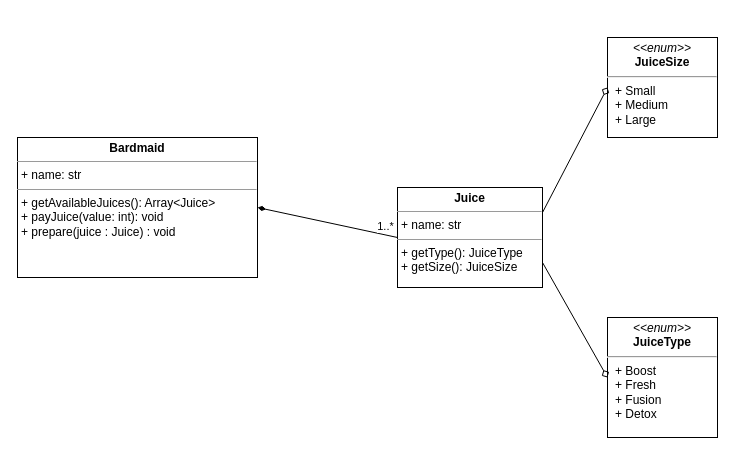
Before: page "class_diagram" (2 of 3) of exam/toto/diagrams.drawio in DKY04/fip-ipn-02-info-1, a draw.io diagram. Source tidied: cells renumbered, new cells numbered last; positions are measured from the earlier drawing's top-left corner, leaving out a move shared by most shapes. Both pictures are drawn from the tidied source at 100%, with x=0, y=0 at pixel (17, 37).
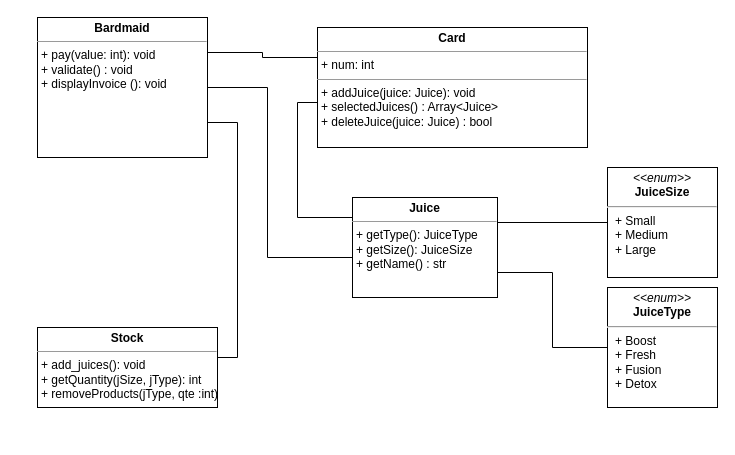
Above is the later version.

The edit, as a diff of the source:
```diff
@@
 <mxGraphModel>
   <root>
     <mxCell id="0" />
     <mxCell id="1" parent="0" />
-    <mxCell id="2" style="edgeStyle=none;rounded=0;jettySize=auto;html=1;exitX=1;exitY=0.5;exitDx=0;exitDy=0;entryX=0;entryY=0.5;entryDx=0;entryDy=0;startArrow=diamondThin;startFill=1;endArrow=none;endFill=0;" parent="1" edge="1" source="4" target="9">
-      <mxGeometry relative="1" as="geometry" />
+    <mxCell id="2" style="edgeStyle=orthogonalEdgeStyle;rounded=0;jettySize=auto;html=1;exitX=1;exitY=0.5;exitDx=0;exitDy=0;entryX=0;entryY=0.5;entryDx=0;entryDy=0;startArrow=none;startFill=0;endArrow=none;endFill=0;" parent="1" edge="1" source="4" target="9">
+      <mxGeometry relative="1" as="geometry">
+        <Array as="points">
+          <mxPoint x="250" y="50" />
+          <mxPoint x="250" y="220" />
+          <mxPoint x="335" y="220" />
+        </Array>
+      </mxGeometry>
     </mxCell>
-    <mxCell id="3" value="&lt;div&gt;1..*&lt;/div&gt;" style="edgeLabel;html=1;align=center;verticalAlign=middle;" parent="2" vertex="1">
-      <mxGeometry x="0.81" relative="1" as="geometry">
-        <mxPoint y="-9" as="offset" />
-      </mxGeometry>
-    </mxCell>
-    <mxCell id="4" value="&lt;p style=&quot;margin:0px;margin-top:4px;text-align:center;&quot;&gt;&lt;b&gt;Bardmaid&lt;/b&gt;&lt;br&gt;&lt;/p&gt;&lt;hr size=&quot;1&quot;&gt;&lt;p style=&quot;margin:0px;margin-left:4px;&quot;&gt;+ name: str&lt;br&gt;&lt;/p&gt;&lt;hr size=&quot;1&quot;&gt;&lt;p style=&quot;margin:0px;margin-left:4px;&quot;&gt;+ getAvailableJuices(): Array&amp;lt;Juice&amp;gt;&lt;br&gt;+ payJuice(value: int): void&lt;br&gt;&lt;/p&gt;&lt;p style=&quot;margin:0px;margin-left:4px;&quot;&gt;+ prepare(juice : Juice) : void&lt;br&gt;&lt;/p&gt;" style="verticalAlign=top;align=left;overflow=fill;fontSize=12;fontFamily=Helvetica;html=1;" parent="1" vertex="1">
-      <mxGeometry y="100" width="240" height="140" as="geometry" />
+    <mxCell id="4" value="&lt;p style=&quot;margin:0px;margin-top:4px;text-align:center;&quot;&gt;&lt;b&gt;Bardmaid&lt;/b&gt;&lt;br&gt;&lt;/p&gt;&lt;hr size=&quot;1&quot;&gt;&lt;p style=&quot;margin:0px;margin-left:4px;&quot;&gt;+ pay(value: int): void&lt;br&gt;&lt;/p&gt;&lt;p style=&quot;margin:0px;margin-left:4px;&quot;&gt;+ validate() : void&lt;/p&gt;&lt;p style=&quot;margin:0px;margin-left:4px;&quot;&gt;+ displayInvoice (): void&lt;br&gt;&lt;/p&gt;" style="verticalAlign=top;align=left;overflow=fill;fontSize=12;fontFamily=Helvetica;html=1;" parent="1" vertex="1">
+      <mxGeometry x="20" y="-20" width="170" height="140" as="geometry" />
     </mxCell>
     <mxCell id="5" value="&lt;p style=&quot;margin:0px;margin-top:4px;text-align:center;&quot;&gt;&lt;i&gt;&amp;lt;&amp;lt;enum&amp;gt;&amp;gt;&lt;/i&gt;&lt;br&gt;&lt;b&gt;JuiceType&lt;/b&gt;&lt;br&gt;&lt;/p&gt;&lt;hr&gt;&lt;p style=&quot;margin:0px;margin-left:8px;&quot;&gt;+ Boost&lt;br&gt;&lt;/p&gt;&lt;p style=&quot;margin:0px;margin-left:8px;&quot;&gt;+ Fresh&lt;/p&gt;&lt;p style=&quot;margin:0px;margin-left:8px;&quot;&gt;+ Fusion&lt;/p&gt;&lt;p style=&quot;margin:0px;margin-left:8px;&quot;&gt;+ Detox&lt;br&gt;&lt;/p&gt;" style="verticalAlign=top;align=left;overflow=fill;fontSize=12;fontFamily=Helvetica;html=1;" parent="1" vertex="1">
-      <mxGeometry x="590" y="280" width="110" height="120" as="geometry" />
+      <mxGeometry x="590" y="250" width="110" height="120" as="geometry" />
     </mxCell>
     <mxCell id="6" value="&lt;p style=&quot;margin:0px;margin-top:4px;text-align:center;&quot;&gt;&lt;i&gt;&amp;lt;&amp;lt;enum&amp;gt;&amp;gt;&lt;/i&gt;&lt;br&gt;&lt;b&gt;JuiceSize&lt;/b&gt;&lt;br&gt;&lt;/p&gt;&lt;hr&gt;&lt;p style=&quot;margin:0px;margin-left:8px;&quot;&gt;+ Small&lt;br&gt;&lt;/p&gt;&lt;p style=&quot;margin:0px;margin-left:8px;&quot;&gt;+ Medium&lt;br&gt;&lt;/p&gt;&lt;p style=&quot;margin:0px;margin-left:8px;&quot;&gt;+ Large&lt;br&gt;&lt;/p&gt;" style="verticalAlign=top;align=left;overflow=fill;fontSize=12;fontFamily=Helvetica;html=1;" parent="1" vertex="1">
-      <mxGeometry x="590" width="110" height="100" as="geometry" />
+      <mxGeometry x="590" y="130" width="110" height="110" as="geometry" />
     </mxCell>
-    <mxCell id="7" style="edgeStyle=none;rounded=0;jettySize=auto;html=1;exitX=1;exitY=0.25;exitDx=0;exitDy=0;entryX=0;entryY=0.5;entryDx=0;entryDy=0;endArrow=diamond;endFill=0;" parent="1" edge="1" source="9" target="6">
+    <mxCell id="7" style="edgeStyle=orthogonalEdgeStyle;rounded=0;jettySize=auto;html=1;exitX=1;exitY=0.25;exitDx=0;exitDy=0;entryX=0;entryY=0.5;entryDx=0;entryDy=0;endArrow=none;endFill=0;" parent="1" edge="1" source="9" target="6">
       <mxGeometry relative="1" as="geometry" />
     </mxCell>
-    <mxCell id="8" style="edgeStyle=none;rounded=0;jettySize=auto;html=1;exitX=1;exitY=0.75;exitDx=0;exitDy=0;entryX=0;entryY=0.5;entryDx=0;entryDy=0;endArrow=diamond;endFill=0;" parent="1" edge="1" source="9" target="5">
+    <mxCell id="8" style="edgeStyle=orthogonalEdgeStyle;rounded=0;jettySize=auto;html=1;exitX=1;exitY=0.75;exitDx=0;exitDy=0;entryX=0;entryY=0.5;entryDx=0;entryDy=0;endArrow=none;endFill=0;" parent="1" edge="1" source="9" target="5">
       <mxGeometry relative="1" as="geometry" />
     </mxCell>
+    <mxCell id="10" style="edgeStyle=orthogonalEdgeStyle;rounded=0;jettySize=auto;html=1;entryX=0;entryY=0.75;entryDx=0;entryDy=0;endArrow=none;endFill=0;exitX=0;exitY=0.25;exitDx=0;exitDy=0;" parent="1" edge="1" source="9" target="12">
+      <mxGeometry relative="1" as="geometry">
+        <Array as="points">
+          <mxPoint x="280" y="180" />
+          <mxPoint x="280" y="65" />
+        </Array>
+      </mxGeometry>
+    </mxCell>
-    <mxCell id="9" value="&lt;p style=&quot;margin:0px;margin-top:4px;text-align:center;&quot;&gt;&lt;b&gt;Juice&lt;/b&gt;&lt;/p&gt;&lt;hr size=&quot;1&quot;&gt;&lt;p style=&quot;margin:0px;margin-left:4px;&quot;&gt;+ name: str&lt;br&gt;&lt;/p&gt;&lt;hr size=&quot;1&quot;&gt;&lt;p style=&quot;margin:0px;margin-left:4px;&quot;&gt;+ getType(): JuiceType&lt;br&gt;+ getSize(): JuiceSize&lt;/p&gt;" style="verticalAlign=top;align=left;overflow=fill;fontSize=12;fontFamily=Helvetica;html=1;" parent="1" vertex="1">
-      <mxGeometry x="380" y="150" width="145" height="100" as="geometry" />
+    <mxCell id="9" value="&lt;p style=&quot;margin:0px;margin-top:4px;text-align:center;&quot;&gt;&lt;b&gt;Juice&lt;/b&gt;&lt;/p&gt;&lt;hr size=&quot;1&quot;&gt;&lt;p style=&quot;margin:0px;margin-left:4px;&quot;&gt;+ getType(): JuiceType&lt;br&gt;&lt;/p&gt;&lt;p style=&quot;margin:0px;margin-left:4px;&quot;&gt;+ getSize(): JuiceSize&lt;/p&gt;&lt;p style=&quot;margin:0px;margin-left:4px;&quot;&gt;+ getName() : str&lt;br&gt;&lt;/p&gt;" style="verticalAlign=top;align=left;overflow=fill;fontSize=12;fontFamily=Helvetica;html=1;" parent="1" vertex="1">
+      <mxGeometry x="335" y="160" width="145" height="100" as="geometry" />
     </mxCell>
+    <mxCell id="11" style="edgeStyle=orthogonalEdgeStyle;rounded=0;jettySize=auto;html=1;exitX=0;exitY=0.25;exitDx=0;exitDy=0;entryX=1;entryY=0.25;entryDx=0;entryDy=0;endArrow=none;endFill=0;" parent="1" edge="1" source="12" target="4">
+      <mxGeometry relative="1" as="geometry" />
+    </mxCell>
+    <mxCell id="12" value="&lt;p style=&quot;margin:0px;margin-top:4px;text-align:center;&quot;&gt;&lt;b&gt;Card&lt;/b&gt;&lt;br&gt;&lt;/p&gt;&lt;hr size=&quot;1&quot;&gt;&lt;p style=&quot;margin:0px;margin-left:4px;&quot;&gt;+ num: int&lt;br&gt;&lt;/p&gt;&lt;hr size=&quot;1&quot;&gt;&lt;p style=&quot;margin:0px;margin-left:4px;&quot;&gt;+ addJuice(juice: Juice): void&lt;br&gt;&lt;/p&gt;&lt;p style=&quot;margin:0px;margin-left:4px;&quot;&gt;+ selectedJuices() : Array&amp;lt;Juice&amp;gt;&lt;/p&gt;&lt;p style=&quot;margin:0px;margin-left:4px;&quot;&gt;+ deleteJuice(juice: Juice) : bool&lt;br&gt;&lt;/p&gt;&lt;p style=&quot;margin:0px;margin-left:4px;&quot;&gt;&lt;br&gt;&lt;/p&gt;" style="verticalAlign=top;align=left;overflow=fill;fontSize=12;fontFamily=Helvetica;html=1;" parent="1" vertex="1">
+      <mxGeometry x="300" y="-10" width="270" height="120" as="geometry" />
+    </mxCell>
+    <mxCell id="13" value="&lt;p style=&quot;margin:0px;margin-top:4px;text-align:center;&quot;&gt;&lt;b&gt;Stock&lt;/b&gt;&lt;br&gt;&lt;/p&gt;&lt;hr size=&quot;1&quot;&gt;&lt;p style=&quot;margin:0px;margin-left:4px;&quot;&gt;+ add_juices(): void&lt;/p&gt;&lt;p style=&quot;margin:0px;margin-left:4px;&quot;&gt;+ getQuantity(jSize, jType): int&lt;/p&gt;&lt;p style=&quot;margin:0px;margin-left:4px;&quot;&gt;+ removeProducts(jType, qte :int)&lt;br&gt;&lt;/p&gt;" style="verticalAlign=top;align=left;overflow=fill;fontSize=12;fontFamily=Helvetica;html=1;" parent="1" vertex="1">
+      <mxGeometry x="20" y="290" width="180" height="80" as="geometry" />
+    </mxCell>
+    <mxCell id="14" style="edgeStyle=orthogonalEdgeStyle;rounded=0;jettySize=auto;html=1;exitX=1;exitY=0.75;exitDx=0;exitDy=0;entryX=1;entryY=0.25;entryDx=0;entryDy=0;startArrow=none;startFill=0;endArrow=none;endFill=0;" parent="1" edge="1" source="4" target="13">
+      <mxGeometry relative="1" as="geometry">
+        <Array as="points">
+          <mxPoint x="220" y="85" />
+          <mxPoint x="220" y="320" />
+        </Array>
+      </mxGeometry>
+    </mxCell>
   </root>
 </mxGraphModel>
```
